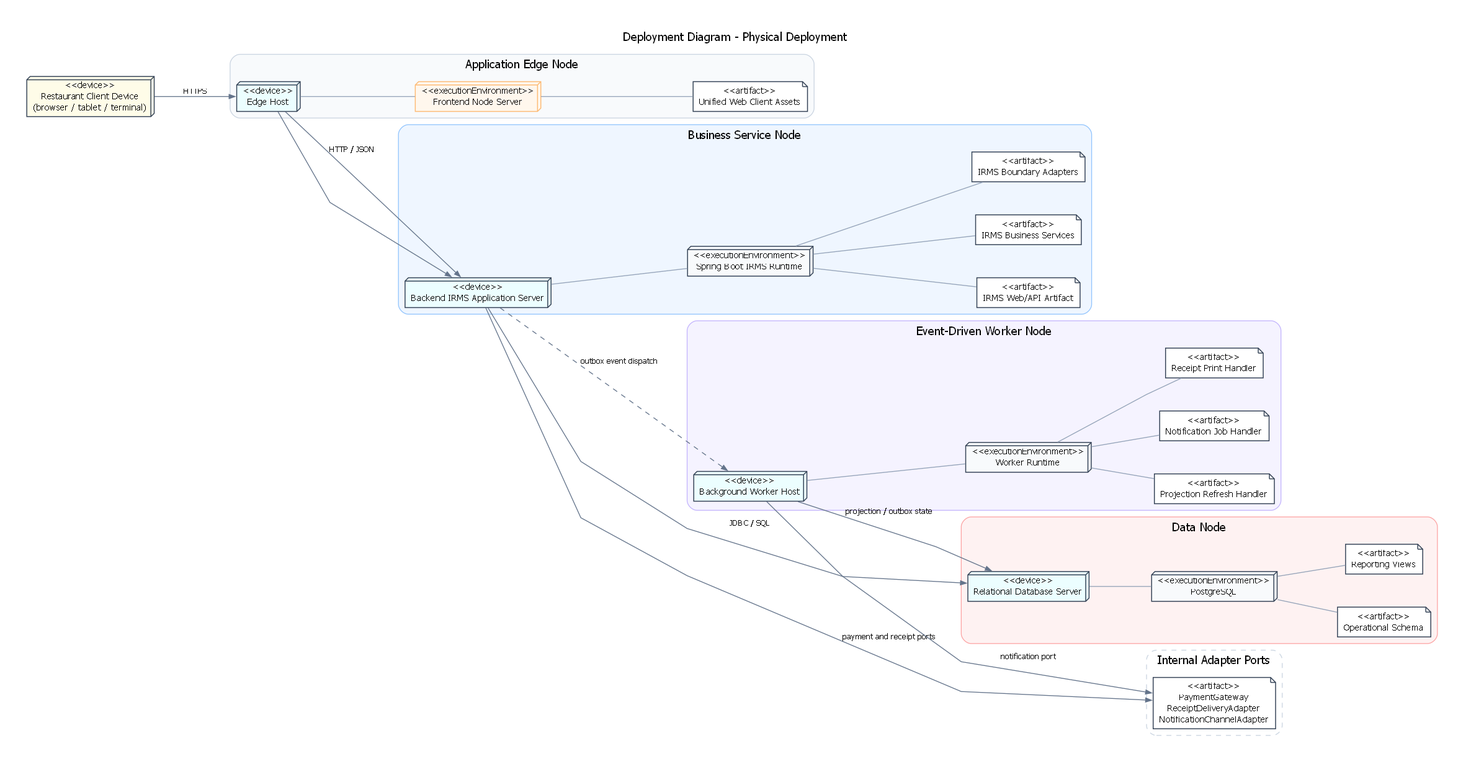
The Graphviz diagram assets/diagrams/rendered/architecture/15_deployment_diagram_physical_deployment.png in lehoangluan1/SA_IRMS, before a commit. Its source is kept beside it as assets/diagrams/source/architecture/15_deployment_diagram_physical_deployment.dot.
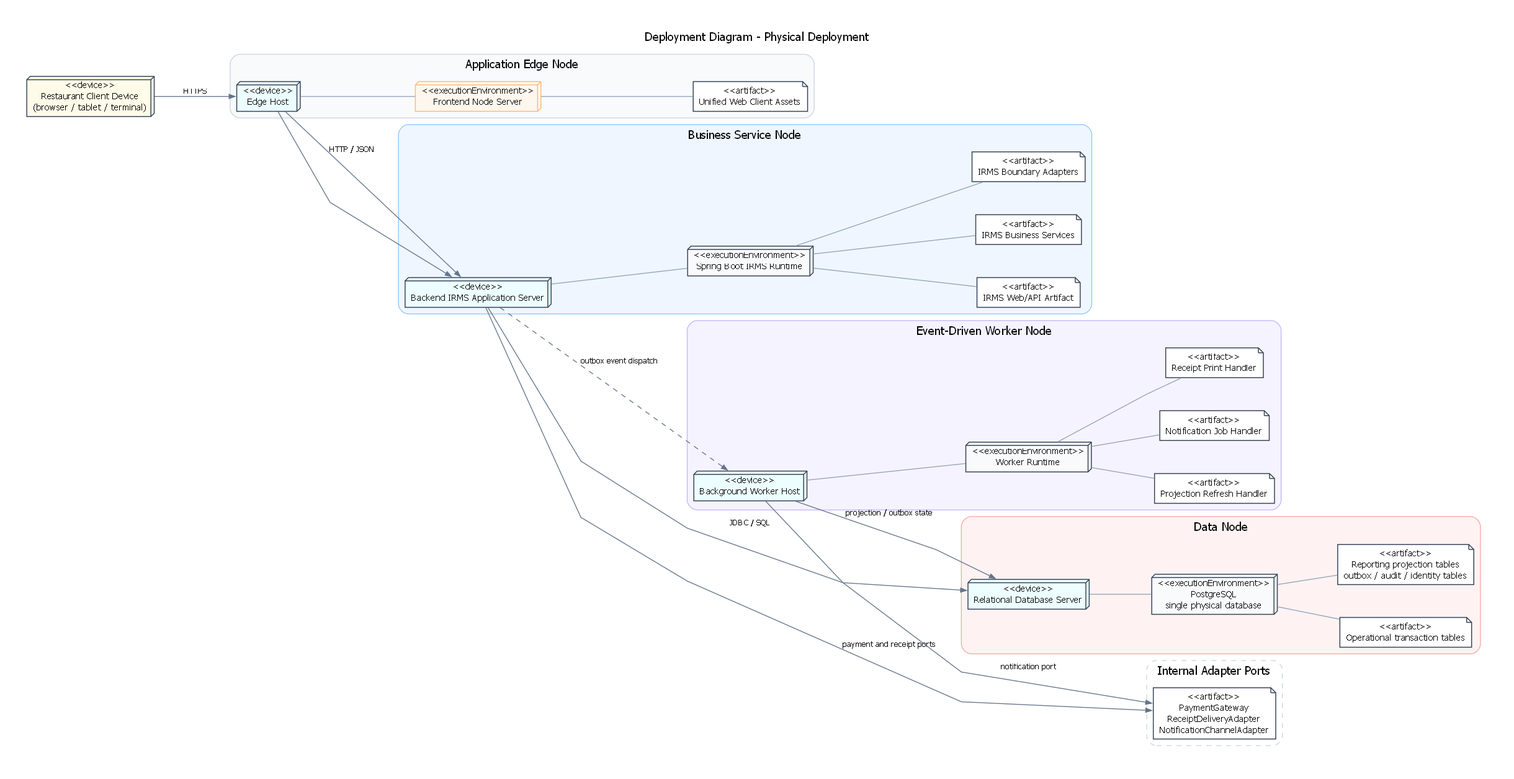
After the commit.

The edit, as a diff of the source:
```diff
@@ -85,11 +85,13 @@
     dbhost [shape=box3d, fillcolor="#ECFEFF", label="<<device>>
 Relational Database Server"];
     pg [shape=box3d, fillcolor="#F8FAFC", label="<<executionEnvironment>>
-PostgreSQL"];
+PostgreSQL
+single physical database"];
     schema1 [shape=note, fillcolor="#FFFFFF", label="<<artifact>>
-Operational Schema"];
+Operational transaction tables"];
     schema2 [shape=note, fillcolor="#FFFFFF", label="<<artifact>>
-Reporting Views"];
+Reporting projection tables
+outbox / audit / identity tables"];
     dbhost -> pg [arrowhead=none, color="#94A3B8"];
     pg -> schema1 [arrowhead=none, color="#94A3B8"];
     pg -> schema2 [arrowhead=none, color="#94A3B8"];
```
